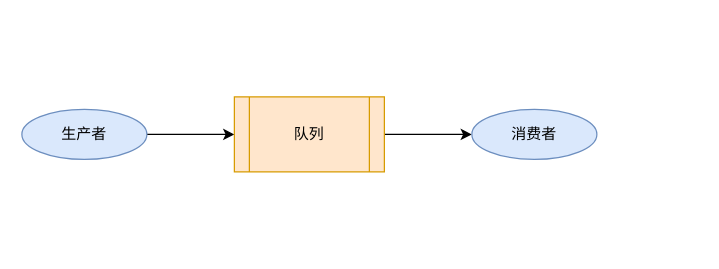
fengwei5280/14th keeps this draw.io diagram as 生产消费者.drawio. Above is the earlier version. Source tidied: cells renumbered, new cells numbered last; positions are measured from the earlier drawing's top-left corner, leaving out a move shared by most shapes. Both pictures are drawn from the tidied source at 125%, with x=0, y=0 at pixel (21, 96).
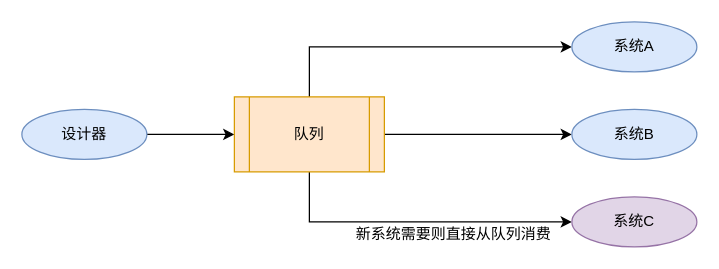
The same diagram, later.

Commit message (it also covers changes not shown here):
更新生产消费者.drawio

What changed in the source:
```diff
@@
 <mxGraphModel>
   <root>
     <mxCell id="0" />
     <mxCell id="1" parent="0" />
     <mxCell id="2" style="edgeStyle=orthogonalEdgeStyle;rounded=0;jettySize=auto;html=1;" parent="1" edge="1" source="3" target="5">
       <mxGeometry relative="1" as="geometry" />
     </mxCell>
-    <mxCell id="3" value="生产者" style="ellipse;whiteSpace=wrap;html=1;fillColor=#dae8fc;strokeColor=#6c8ebf;" parent="1" vertex="1">
+    <mxCell id="3" value="设计器" style="ellipse;whiteSpace=wrap;html=1;fillColor=#dae8fc;strokeColor=#6c8ebf;" parent="1" vertex="1">
       <mxGeometry y="10" width="100" height="40" as="geometry" />
     </mxCell>
     <mxCell id="4" style="edgeStyle=orthogonalEdgeStyle;rounded=0;jettySize=auto;html=1;" parent="1" edge="1" source="5" target="6">
       <mxGeometry relative="1" as="geometry" />
     </mxCell>
+    <mxCell id="7" style="edgeStyle=orthogonalEdgeStyle;rounded=0;jettySize=auto;html=1;entryX=0;entryY=0.5;entryDx=0;entryDy=0;" parent="1" edge="1" source="5" target="9">
+      <mxGeometry relative="1" as="geometry">
+        <Array as="points">
+          <mxPoint x="230" y="-40" />
+        </Array>
+      </mxGeometry>
+    </mxCell>
+    <mxCell id="8" style="edgeStyle=orthogonalEdgeStyle;rounded=0;jettySize=auto;html=1;entryX=0;entryY=0.5;entryDx=0;entryDy=0;" parent="1" edge="1" source="5" target="10">
+      <mxGeometry relative="1" as="geometry">
+        <Array as="points">
+          <mxPoint x="230" y="100" />
+        </Array>
+      </mxGeometry>
+    </mxCell>
     <mxCell id="5" value="队列" style="shape=process;whiteSpace=wrap;html=1;backgroundOutline=1;fillColor=#ffe6cc;strokeColor=#d79b00;" parent="1" vertex="1">
       <mxGeometry x="170" width="120" height="60" as="geometry" />
     </mxCell>
-    <mxCell id="6" value="消费者" style="ellipse;whiteSpace=wrap;html=1;fillColor=#dae8fc;strokeColor=#6c8ebf;" parent="1" vertex="1">
-      <mxGeometry x="360" y="10" width="100" height="40" as="geometry" />
+    <mxCell id="6" value="系统B" style="ellipse;whiteSpace=wrap;html=1;fillColor=#dae8fc;strokeColor=#6c8ebf;" parent="1" vertex="1">
+      <mxGeometry x="440" y="10" width="100" height="40" as="geometry" />
     </mxCell>
+    <mxCell id="9" value="系统A" style="ellipse;whiteSpace=wrap;html=1;fillColor=#dae8fc;strokeColor=#6c8ebf;" parent="1" vertex="1">
+      <mxGeometry x="440" y="-60" width="100" height="40" as="geometry" />
+    </mxCell>
+    <mxCell id="10" value="系统C" style="ellipse;whiteSpace=wrap;html=1;fillColor=#e1d5e7;strokeColor=#9673a6;" parent="1" vertex="1">
+      <mxGeometry x="440" y="80" width="100" height="40" as="geometry" />
+    </mxCell>
+    <mxCell id="11" value="新系统需要则直接从队列消费" style="text;html=1;align=center;verticalAlign=middle;" parent="1" vertex="1">
+      <mxGeometry x="260" y="100" width="170" height="20" as="geometry" />
+    </mxCell>
   </root>
 </mxGraphModel>
```
